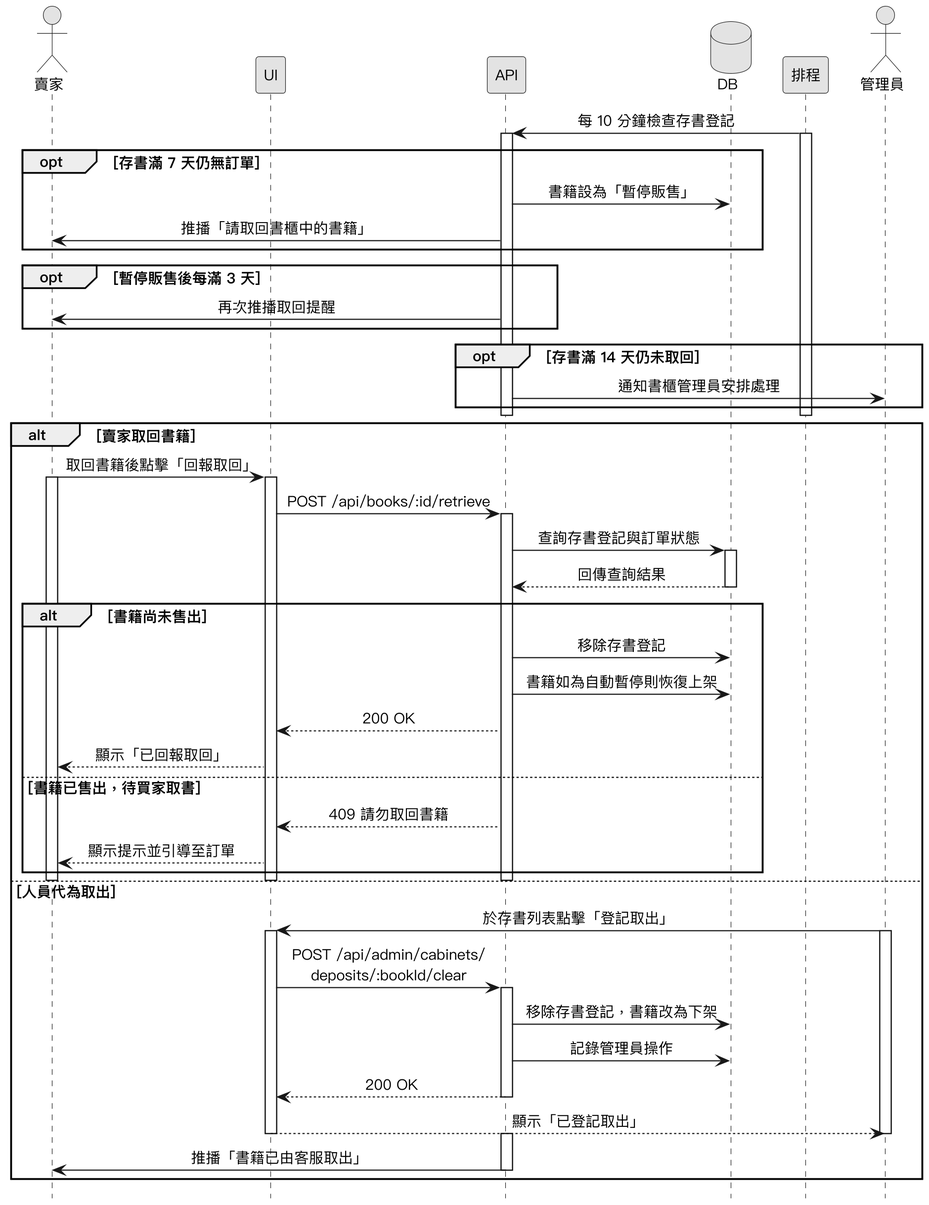
This is Diagrams/Sequence Diagrams/v3/seq_deposit_retrieval.png from SaveMyBook/SaveMyBook, a PlantUML export, as it was before one commit. Source of this version:
```plantuml
@startuml
skinparam monochrome true
skinparam shadowing false
skinparam dpi 220
skinparam defaultFontName "PingFang TC"
skinparam defaultFontSize 13
skinparam sequenceMessageAlign center
skinparam ParticipantPadding 18
hide footbox

actor 賣家
participant UI
participant API
database DB
participant 排程
actor 管理員

排程 -> API : 每 10 分鐘檢查存書登記
activate 排程
activate API
opt 存書滿 7 天仍無訂單
  API -> DB : 書籍設為「暫停販售」
  API -> 賣家 : 推播「請取回書櫃中的書籍」
end
opt 暫停販售後每滿 3 天
  API -> 賣家 : 再次推播取回提醒
end
opt 存書滿 14 天仍未取回
  API -> 管理員 : 通知書櫃管理員安排處理
end
deactivate API
deactivate 排程

alt 賣家取回書籍
  賣家 -> UI : 取回書籍後點擊「回報取回」
  activate 賣家
  activate UI
  UI -> API : POST /api/books/:id/retrieve
  activate API
  API -> DB : 查詢存書登記與訂單狀態
  activate DB
  DB --> API : 回傳查詢結果
  deactivate DB
  alt 書籍尚未售出
    API -> DB : 移除存書登記
    API -> DB : 書籍如為自動暫停則恢復上架
    API --> UI : 200 OK
    UI --> 賣家 : 顯示「已回報取回」
  else 書籍已售出，待買家取書
    API --> UI : 409 請勿取回書籍
    UI --> 賣家 : 顯示提示並引導至訂單
  end
  deactivate API
  deactivate UI
  deactivate 賣家
else 人員代為取出
  管理員 -> UI : 於存書列表點擊「登記取出」
  activate 管理員
  activate UI
  UI -> API : POST /api/admin/cabinets/\ndeposits/:bookId/clear
  activate API
  API -> DB : 移除存書登記，書籍改為下架
  API -> DB : 記錄管理員操作
  API --> UI : 200 OK
  deactivate API
  UI --> 管理員 : 顯示「已登記取出」
  deactivate UI
  deactivate 管理員
  activate API
  API -> 賣家 : 推播「書籍已由客服取出」
  deactivate API
end
@enduml
```
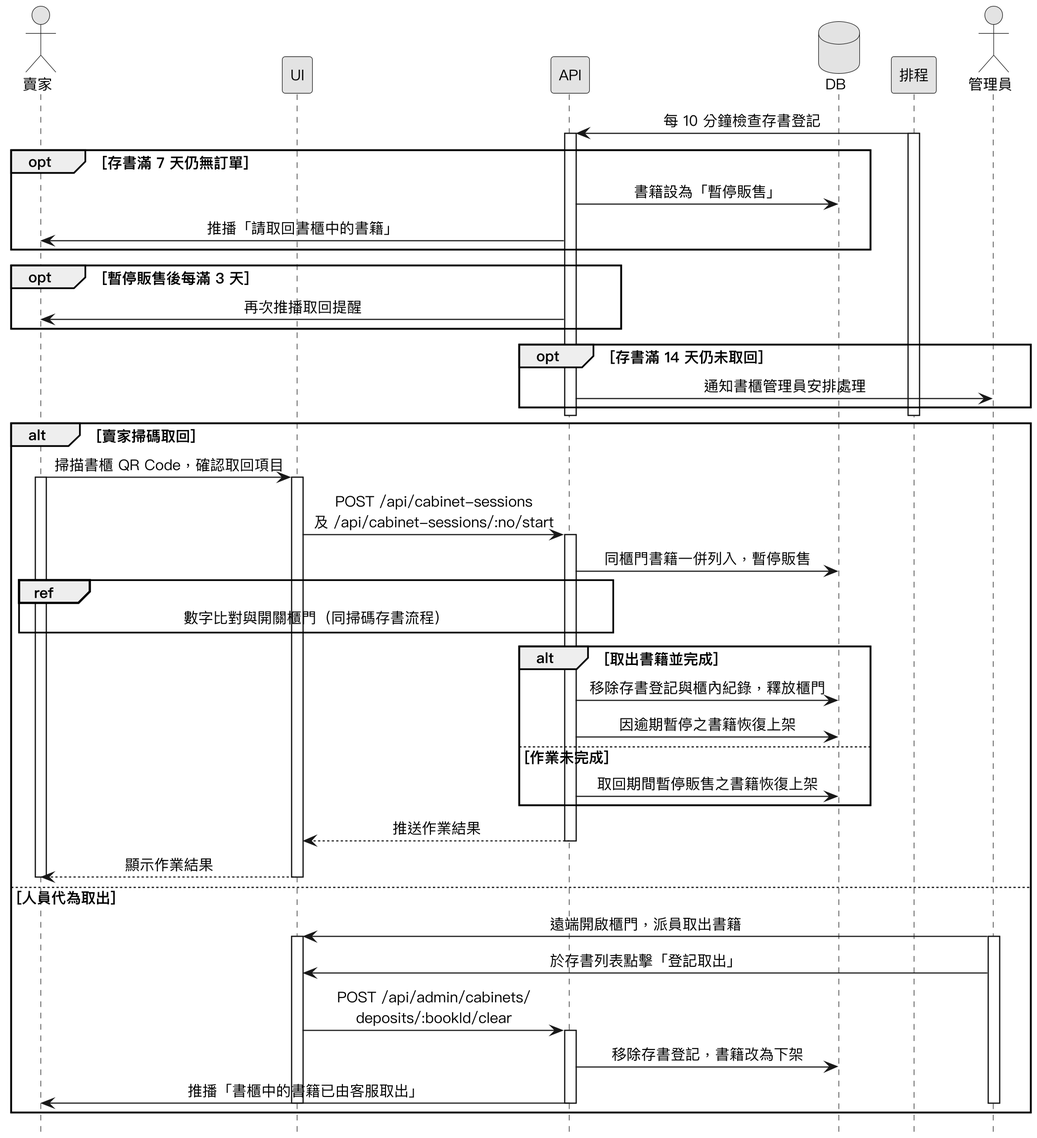
Later version of the same file.

The edit, as a diff of the source:
```diff
@@ -31,43 +31,36 @@
 deactivate API
 deactivate 排程
 
-alt 賣家取回書籍
-  賣家 -> UI : 取回書籍後點擊「回報取回」
+alt 賣家掃碼取回
+  賣家 -> UI : 掃描書櫃 QR Code，確認取回項目
   activate 賣家
   activate UI
-  UI -> API : POST /api/books/:id/retrieve
+  UI -> API : POST /api/cabinet-sessions\n及 /api/cabinet-sessions/:no/start
   activate API
-  API -> DB : 查詢存書登記與訂單狀態
-  activate DB
-  DB --> API : 回傳查詢結果
-  deactivate DB
-  alt 書籍尚未售出
-    API -> DB : 移除存書登記
-    API -> DB : 書籍如為自動暫停則恢復上架
-    API --> UI : 200 OK
-    UI --> 賣家 : 顯示「已回報取回」
-  else 書籍已售出，待買家取書
-    API --> UI : 409 請勿取回書籍
-    UI --> 賣家 : 顯示提示並引導至訂單
+  API -> DB : 同櫃門書籍一併列入，暫停販售
+  ref over 賣家, UI, API : 數字比對與開關櫃門（同掃碼存書流程）
+  alt 取出書籍並完成
+    API -> DB : 移除存書登記與櫃內紀錄，釋放櫃門
+    API -> DB : 因逾期暫停之書籍恢復上架
+  else 作業未完成
+    API -> DB : 取回期間暫停販售之書籍恢復上架
   end
+  API --> UI : 推送作業結果
   deactivate API
+  UI --> 賣家 : 顯示作業結果
   deactivate UI
   deactivate 賣家
 else 人員代為取出
-  管理員 -> UI : 於存書列表點擊「登記取出」
+  管理員 -> UI : 遠端開啟櫃門，派員取出書籍
   activate 管理員
   activate UI
+  管理員 -> UI : 於存書列表點擊「登記取出」
   UI -> API : POST /api/admin/cabinets/\ndeposits/:bookId/clear
   activate API
   API -> DB : 移除存書登記，書籍改為下架
-  API -> DB : 記錄管理員操作
-  API --> UI : 200 OK
+  API -> 賣家 : 推播「書櫃中的書籍已由客服取出」
   deactivate API
-  UI --> 管理員 : 顯示「已登記取出」
   deactivate UI
   deactivate 管理員
-  activate API
-  API -> 賣家 : 推播「書籍已由客服取出」
-  deactivate API
 end
 @enduml
```
